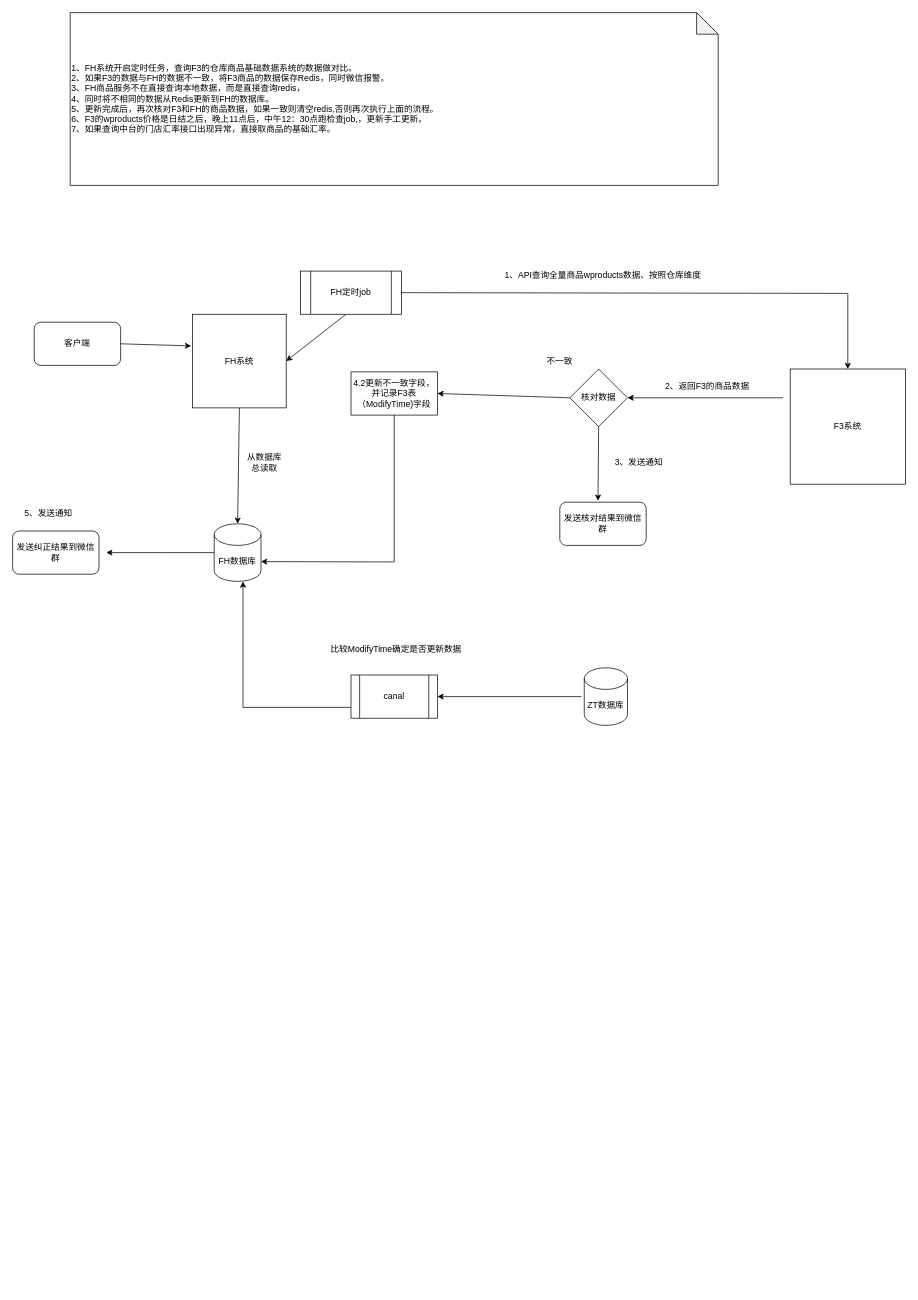
This is SketchMap/FH校验商品基础数据.drawio from liuyunlong1229/aaa, a draw.io file, before an edit. Source tidied: cells renumbered, new cells numbered last; positions are measured from the earlier drawing's top-left corner, leaving out a move shared by most shapes. Both pictures are drawn from the tidied source at 72%, with x=0, y=0 at pixel (12, 12).
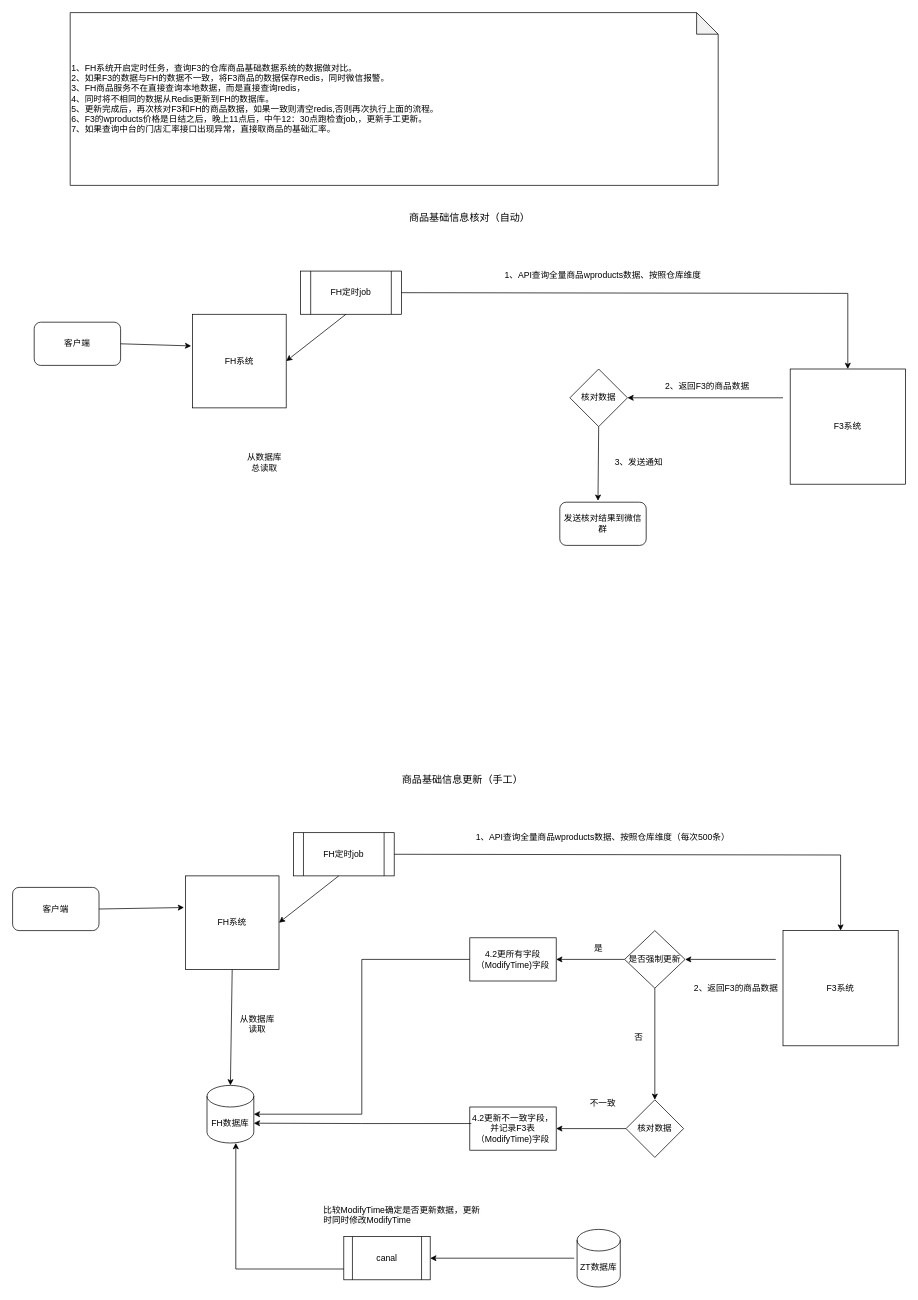
Above is the later version.

Commit message:
更新FH校验商品基础数据.drawio

The change refers to these unchanged cells:
```xml
<mxCell id="2" value="FH系统" style="whiteSpace=wrap;html=1;" parent="1" vertex="1">
  <mxGeometry x="250" y="419" width="130" height="130" as="geometry" />
</mxCell>
<mxCell id="13" value="核对数据" style="rhombus;whiteSpace=wrap;html=1;" parent="1" vertex="1">
  <mxGeometry x="774" y="495" width="80" height="80" as="geometry" />
</mxCell>
```

Change to the diagram source:
```diff
@@
-    <mxCell id="3" style="edgeStyle=orthogonalEdgeStyle;rounded=0;jettySize=auto;html=1;" parent="1" edge="1" source="4">
-      <mxGeometry relative="1" as="geometry">
-        <mxPoint x="130" y="750" as="targetPoint" />
-      </mxGeometry>
-    </mxCell>
-    <mxCell id="4" value="FH数据库" style="shape=cylinder3;whiteSpace=wrap;html=1;boundedLbl=1;backgroundOutline=1;size=15;" parent="1" vertex="1">
-      <mxGeometry x="280" y="710" width="65" height="80" as="geometry" />
-    </mxCell>
@@
-    <mxCell id="6" style="endArrow=classic;html=1;rounded=0;exitX=0.5;exitY=1;exitDx=0;exitDy=0;entryX=0.5;entryY=0;entryDx=0;entryDy=0;entryPerimeter=0;" parent="1" edge="1" source="2" target="4">
-      <mxGeometry relative="1" as="geometry" />
-    </mxCell>
@@
-    <mxCell id="15" style="endArrow=classic;html=1;rounded=0;entryX=1;entryY=0.5;entryDx=0;entryDy=0;exitX=0;exitY=0.5;exitDx=0;exitDy=0;" parent="1" edge="1" source="13" target="16">
-      <mxGeometry relative="1" as="geometry" />
-    </mxCell>
-    <mxCell id="16" value="4.2更新不一致字段，并记录F3表（ModifyTime)字段" style="rounded=0;whiteSpace=wrap;html=1;" parent="1" vertex="1">
-      <mxGeometry x="470" y="499" width="120" height="60" as="geometry" />
-    </mxCell>
-    <mxCell id="17" style="endArrow=classic;html=1;rounded=0;entryX=1;entryY=0;entryDx=0;entryDy=52.5;entryPerimeter=0;exitX=0.5;exitY=1;exitDx=0;exitDy=0;" parent="1" edge="1" source="16" target="4">
-      <mxGeometry relative="1" as="geometry">
-        <Array as="points">
-          <mxPoint x="530" y="763" />
-        </Array>
-      </mxGeometry>
-    </mxCell>
-    <mxCell id="18" value="&lt;span style=&quot;color: rgb(0, 0, 0); font-family: Helvetica; font-size: 12px; font-style: normal; font-variant-ligatures: normal; font-variant-caps: normal; font-weight: 400; letter-spacing: normal; orphans: 2; text-align: center; text-indent: 0px; text-transform: none; widows: 2; word-spacing: 0px; -webkit-text-stroke-width: 0px; white-space: normal; background-color: rgb(251, 251, 251); text-decoration-thickness: initial; text-decoration-style: initial; text-decoration-color: initial; display: inline !important; float: none;&quot;&gt;比较ModifyTime确定是否更新数据&lt;/span&gt;" style="text;whiteSpace=wrap;html=1;" parent="1" vertex="1">
-      <mxGeometry x="440" y="870" width="220" height="40" as="geometry" />
-    </mxCell>
-    <mxCell id="19" value="canal" style="shape=process;whiteSpace=wrap;html=1;backgroundOutline=1;" parent="1" vertex="1">
-      <mxGeometry x="470" y="920" width="120" height="60" as="geometry" />
-    </mxCell>
-    <mxCell id="20" style="endArrow=classic;html=1;rounded=0;entryX=1;entryY=0.5;entryDx=0;entryDy=0;exitX=0;exitY=0.5;exitDx=0;exitDy=0;" parent="1" edge="1" target="19">
-      <mxGeometry relative="1" as="geometry">
-        <mxPoint x="790" y="950" as="sourcePoint" />
-      </mxGeometry>
-    </mxCell>
-    <mxCell id="21" style="endArrow=classic;html=1;rounded=0;exitX=0;exitY=0.75;exitDx=0;exitDy=0;" parent="1" edge="1" source="19">
-      <mxGeometry relative="1" as="geometry">
-        <mxPoint x="320" y="790" as="targetPoint" />
-        <Array as="points">
-          <mxPoint x="320" y="965" />
-        </Array>
-      </mxGeometry>
-    </mxCell>
-    <mxCell id="22" value="ZT数据库" style="shape=cylinder3;whiteSpace=wrap;html=1;boundedLbl=1;backgroundOutline=1;size=15;" parent="1" vertex="1">
-      <mxGeometry x="794" y="910" width="60" height="80" as="geometry" />
-    </mxCell>
@@
-    <mxCell id="27" value="不一致" style="text;html=1;align=center;verticalAlign=middle;whiteSpace=wrap;rounded=0;" parent="1" vertex="1">
-      <mxGeometry x="730" y="469" width="60" height="30" as="geometry" />
-    </mxCell>
@@
-    <mxCell id="30" value="发送纠正结果到微信群" style="rounded=1;whiteSpace=wrap;html=1;" parent="1" vertex="1">
-      <mxGeometry y="720" width="120" height="60" as="geometry" />
-    </mxCell>
-    <mxCell id="31" value="5、发送通知" style="text;html=1;align=center;verticalAlign=middle;whiteSpace=wrap;rounded=0;" parent="1" vertex="1">
-      <mxGeometry y="680" width="100" height="30" as="geometry" />
-    </mxCell>
+    <mxCell id="32" value="&lt;font style=&quot;font-size: 14px;&quot;&gt;商品基础信息核对（自动）&lt;/font&gt;" style="text;html=1;align=center;verticalAlign=middle;whiteSpace=wrap;rounded=0;" parent="1" vertex="1">
+      <mxGeometry x="530" y="270" width="210" height="30" as="geometry" />
+    </mxCell>
+    <mxCell id="33" value="FH系统" style="whiteSpace=wrap;html=1;" parent="1" vertex="1">
+      <mxGeometry x="240" y="1199" width="130" height="130" as="geometry" />
+    </mxCell>
+    <mxCell id="4" value="FH数据库" style="shape=cylinder3;whiteSpace=wrap;html=1;boundedLbl=1;backgroundOutline=1;size=15;" parent="1" vertex="1">
+      <mxGeometry x="270" y="1490" width="65" height="80" as="geometry" />
+    </mxCell>
+    <mxCell id="34" value="F3系统" style="whiteSpace=wrap;html=1;" parent="1" vertex="1">
+      <mxGeometry x="1070" y="1275" width="160" height="160" as="geometry" />
+    </mxCell>
+    <mxCell id="35" style="endArrow=classic;html=1;rounded=0;exitX=0.5;exitY=1;exitDx=0;exitDy=0;entryX=0.5;entryY=0;entryDx=0;entryDy=0;entryPerimeter=0;" parent="1" edge="1" source="33" target="4">
+      <mxGeometry relative="1" as="geometry" />
+    </mxCell>
+    <mxCell id="36" value="FH定时job" style="shape=process;whiteSpace=wrap;html=1;backgroundOutline=1;" parent="1" vertex="1">
+      <mxGeometry x="390" y="1139" width="140" height="60" as="geometry" />
+    </mxCell>
+    <mxCell id="37" style="endArrow=classic;html=1;rounded=0;entryX=0.5;entryY=0;entryDx=0;entryDy=0;exitX=1;exitY=0.5;exitDx=0;exitDy=0;" parent="1" edge="1" source="36" target="34">
+      <mxGeometry relative="1" as="geometry">
+        <Array as="points">
+          <mxPoint x="1150" y="1170" />
+        </Array>
+      </mxGeometry>
+    </mxCell>
+    <mxCell id="38" value="1、API查询全量商品wproducts数据、按照仓库维度（每次500条）" style="text;html=1;align=center;verticalAlign=middle;whiteSpace=wrap;rounded=0;" parent="1" vertex="1">
+      <mxGeometry x="635" y="1130" width="370" height="30" as="geometry" />
+    </mxCell>
+    <mxCell id="39" style="endArrow=classic;html=1;rounded=0;exitX=0.45;exitY=1;exitDx=0;exitDy=0;exitPerimeter=0;entryX=1;entryY=0.5;entryDx=0;entryDy=0;" parent="1" edge="1" source="36" target="33">
+      <mxGeometry relative="1" as="geometry" />
+    </mxCell>
+    <mxCell id="40" value="客户端" style="rounded=1;whiteSpace=wrap;html=1;" parent="1" vertex="1">
+      <mxGeometry y="1215" width="120" height="60" as="geometry" />
+    </mxCell>
+    <mxCell id="41" style="endArrow=classic;html=1;rounded=0;exitX=1;exitY=0.5;exitDx=0;exitDy=0;entryX=-0.015;entryY=0.338;entryDx=0;entryDy=0;entryPerimeter=0;" parent="1" edge="1" source="40" target="33">
+      <mxGeometry relative="1" as="geometry" />
+    </mxCell>
+    <mxCell id="42" value="核对数据" style="rhombus;whiteSpace=wrap;html=1;" parent="1" vertex="1">
+      <mxGeometry x="852" y="1510" width="80" height="80" as="geometry" />
+    </mxCell>
+    <mxCell id="43" style="endArrow=classic;html=1;rounded=0;entryX=1;entryY=0.5;entryDx=0;entryDy=0;" parent="1" edge="1" target="53">
+      <mxGeometry relative="1" as="geometry">
+        <mxPoint x="1060" y="1315" as="sourcePoint" />
+      </mxGeometry>
+    </mxCell>
+    <mxCell id="44" style="endArrow=classic;html=1;rounded=0;entryX=1;entryY=0.5;entryDx=0;entryDy=0;exitX=0;exitY=0.5;exitDx=0;exitDy=0;" parent="1" edge="1" source="42" target="16">
+      <mxGeometry relative="1" as="geometry" />
+    </mxCell>
+    <mxCell id="16" value="4.2更新不一致字段，并记录F3表（ModifyTime)字段" style="rounded=0;whiteSpace=wrap;html=1;" parent="1" vertex="1">
+      <mxGeometry x="635" y="1520" width="120" height="60" as="geometry" />
+    </mxCell>
+    <mxCell id="45" value="&lt;span style=&quot;color: rgb(0, 0, 0); font-family: Helvetica; font-size: 12px; font-style: normal; font-variant-ligatures: normal; font-variant-caps: normal; font-weight: 400; letter-spacing: normal; orphans: 2; text-align: center; text-indent: 0px; text-transform: none; widows: 2; word-spacing: 0px; -webkit-text-stroke-width: 0px; white-space: normal; background-color: rgb(251, 251, 251); text-decoration-thickness: initial; text-decoration-style: initial; text-decoration-color: initial; display: inline !important; float: none;&quot;&gt;比较ModifyTime确定是否更新数据，更新时同时修改ModifyTime&lt;/span&gt;" style="text;whiteSpace=wrap;html=1;" parent="1" vertex="1">
+      <mxGeometry x="430" y="1650" width="220" height="40" as="geometry" />
+    </mxCell>
+    <mxCell id="19" value="canal" style="shape=process;whiteSpace=wrap;html=1;backgroundOutline=1;" parent="1" vertex="1">
+      <mxGeometry x="460" y="1700" width="120" height="60" as="geometry" />
+    </mxCell>
+    <mxCell id="46" style="endArrow=classic;html=1;rounded=0;entryX=1;entryY=0.5;entryDx=0;entryDy=0;exitX=0;exitY=0.5;exitDx=0;exitDy=0;" parent="1" edge="1" target="19">
+      <mxGeometry relative="1" as="geometry">
+        <mxPoint x="780" y="1730" as="sourcePoint" />
+      </mxGeometry>
+    </mxCell>
+    <mxCell id="47" style="endArrow=classic;html=1;rounded=0;exitX=0;exitY=0.75;exitDx=0;exitDy=0;" parent="1" edge="1" source="19">
+      <mxGeometry relative="1" as="geometry">
+        <mxPoint x="310" y="1570" as="targetPoint" />
+        <Array as="points">
+          <mxPoint x="310" y="1745" />
+        </Array>
+      </mxGeometry>
+    </mxCell>
+    <mxCell id="22" value="ZT数据库" style="shape=cylinder3;whiteSpace=wrap;html=1;boundedLbl=1;backgroundOutline=1;size=15;" parent="1" vertex="1">
+      <mxGeometry x="784" y="1690" width="60" height="80" as="geometry" />
+    </mxCell>
+    <mxCell id="48" value="2、返回F3的商品数据" style="text;html=1;align=center;verticalAlign=middle;whiteSpace=wrap;rounded=0;" parent="1" vertex="1">
+      <mxGeometry x="920" y="1340" width="170" height="30" as="geometry" />
+    </mxCell>
+    <mxCell id="27" value="不一致" style="text;html=1;align=center;verticalAlign=middle;whiteSpace=wrap;rounded=0;" parent="1" vertex="1">
+      <mxGeometry x="790" y="1500" width="60" height="30" as="geometry" />
+    </mxCell>
+    <mxCell id="49" value="从数据库读取" style="text;html=1;align=center;verticalAlign=middle;whiteSpace=wrap;rounded=0;" parent="1" vertex="1">
+      <mxGeometry x="310" y="1390" width="60" height="30" as="geometry" />
+    </mxCell>
+    <mxCell id="50" value="&lt;font style=&quot;font-size: 14px;&quot;&gt;商品基础信息更新（手工）&lt;/font&gt;" style="text;html=1;align=center;verticalAlign=middle;whiteSpace=wrap;rounded=0;" parent="1" vertex="1">
+      <mxGeometry x="520" y="1050" width="210" height="30" as="geometry" />
+    </mxCell>
+    <mxCell id="51" style="edgeStyle=orthogonalEdgeStyle;rounded=0;jettySize=auto;html=1;" parent="1" edge="1" source="53" target="54">
+      <mxGeometry relative="1" as="geometry" />
+    </mxCell>
+    <mxCell id="52" style="edgeStyle=orthogonalEdgeStyle;rounded=0;jettySize=auto;html=1;entryX=0.5;entryY=0;entryDx=0;entryDy=0;" parent="1" edge="1" source="53" target="42">
+      <mxGeometry relative="1" as="geometry" />
+    </mxCell>
+    <mxCell id="53" value="是否强制更新" style="rhombus;whiteSpace=wrap;html=1;" parent="1" vertex="1">
+      <mxGeometry x="850" y="1275" width="84" height="80" as="geometry" />
+    </mxCell>
+    <mxCell id="54" value="4.2更所有字段&lt;div&gt;（ModifyTime)字段&lt;/div&gt;" style="rounded=0;whiteSpace=wrap;html=1;" parent="1" vertex="1">
+      <mxGeometry x="635" y="1285" width="120" height="60" as="geometry" />
+    </mxCell>
+    <mxCell id="55" style="edgeStyle=orthogonalEdgeStyle;rounded=0;jettySize=auto;html=1;entryX=1;entryY=0.5;entryDx=0;entryDy=0;entryPerimeter=0;" parent="1" edge="1" source="54" target="4">
+      <mxGeometry relative="1" as="geometry" />
+    </mxCell>
+    <mxCell id="17" style="edgeStyle=orthogonalEdgeStyle;rounded=0;jettySize=auto;html=1;entryX=1;entryY=0;entryDx=0;entryDy=52.5;entryPerimeter=0;exitX=0.017;exitY=0.383;exitDx=0;exitDy=0;exitPerimeter=0;" parent="1" edge="1" source="16" target="4">
+      <mxGeometry relative="1" as="geometry" />
+    </mxCell>
+    <mxCell id="56" value="是" style="text;html=1;align=center;verticalAlign=middle;whiteSpace=wrap;rounded=0;" parent="1" vertex="1">
+      <mxGeometry x="784" y="1285" width="60" height="30" as="geometry" />
+    </mxCell>
+    <mxCell id="57" value="否" style="text;html=1;align=center;verticalAlign=middle;whiteSpace=wrap;rounded=0;" parent="1" vertex="1">
+      <mxGeometry x="840" y="1409" width="60" height="30" as="geometry" />
+    </mxCell>
```
